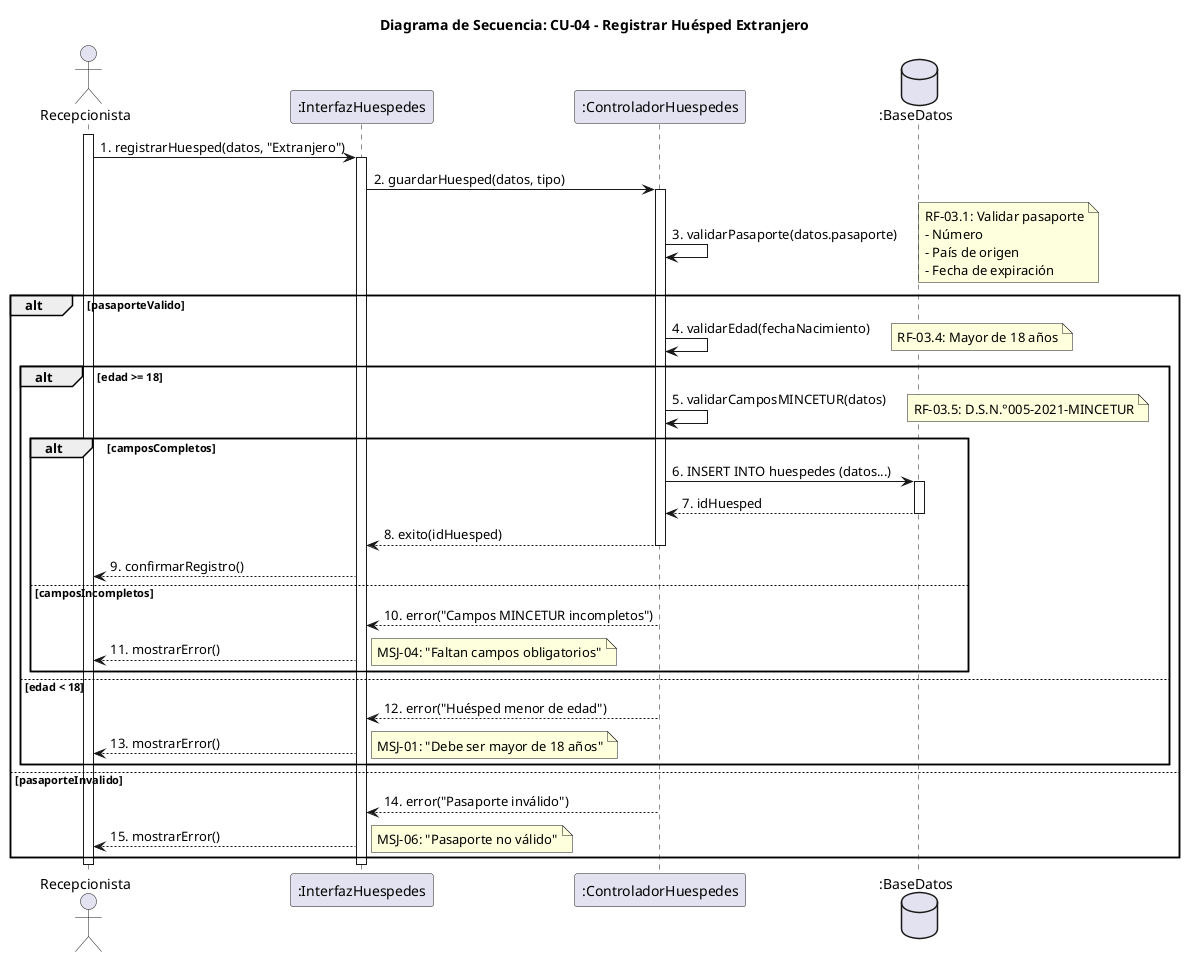
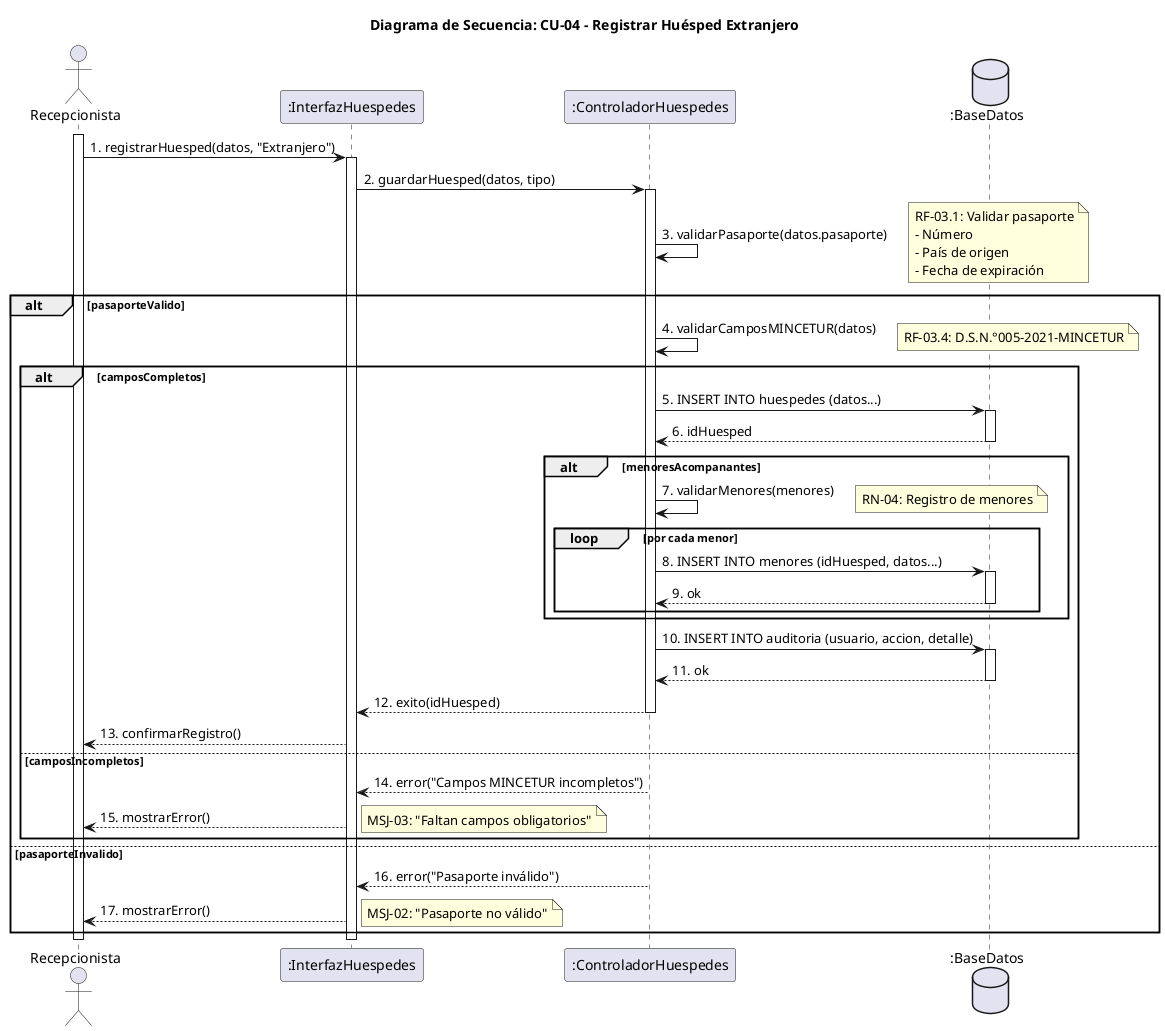
@startuml CU-04-Registrar-Huesped-Extranjero
' ============================================================
' DIAGRAMA DE SECUENCIA: Registrar Huésped Extranjero
' ============================================================
' CASO DE USO: CU-04 - Gestionar huéspedes
- ' REQUISITOS FUNCIONALES: RF-03.1, RF-03.4, RF-03.5
- ' REGLAS DE NEGOCIO: RN-02, RN-16
+ ' REQUISITOS FUNCIONALES: RF-03.1 (Registrar Huésped Extranjero)
+ ' REGLAS DE NEGOCIO: RN-02, RN-16, RN-17
' ============================================================

title Diagrama de Secuencia: CU-04 - Registrar Huésped Extranjero

actor "Recepcionista" as R
participant ":InterfazHuespedes" as IH
participant ":ControladorHuespedes" as CH
database ":BaseDatos" as BD

activate R

R -> IH: 1. registrarHuesped(datos, "Extranjero")
activate IH

IH -> CH: 2. guardarHuesped(datos, tipo)
activate CH

CH -> CH: 3. validarPasaporte(datos.pasaporte)
note right: RF-03.1: Validar pasaporte\n- Número\n- País de origen\n- Fecha de expiración

alt pasaporteValido
-     CH -> CH: 4. validarEdad(fechaNacimiento)
-     note right: RF-03.4: Mayor de 18 años
+     CH -> CH: 4. validarCamposMINCETUR(datos)
+     note right: RF-03.4: D.S.N.°005-2021-MINCETUR

-     alt edad >= 18
-         CH -> CH: 5. validarCamposMINCETUR(datos)
-         note right: RF-03.5: D.S.N.°005-2021-MINCETUR
+     alt camposCompletos
+         CH -> BD: 5. INSERT INTO huespedes (datos...)
+         activate BD
+         BD --> CH: 6. idHuesped
+         deactivate BD

-         alt camposCompletos
-             CH -> BD: 6. INSERT INTO huespedes (datos...)
-             activate BD
-             BD --> CH: 7. idHuesped
-             deactivate BD
+         alt menoresAcompanantes
+             CH -> CH: 7. validarMenores(menores)
+             note right: RN-04: Registro de menores
+             loop por cada menor
+                 CH -> BD: 8. INSERT INTO menores (idHuesped, datos...)
+                 activate BD
+                 BD --> CH: 9. ok
+                 deactivate BD
+             end
+         end

-             CH --> IH: 8. exito(idHuesped)
-             deactivate CH
-             IH --> R: 9. confirmarRegistro()
-         else camposIncompletos
-             CH --> IH: 10. error("Campos MINCETUR incompletos")
-             deactivate CH
-             IH --> R: 11. mostrarError()
-             note right: MSJ-04: "Faltan campos obligatorios"
-         end
-     else edad < 18
-         CH --> IH: 12. error("Huésped menor de edad")
+         CH -> BD: 10. INSERT INTO auditoria (usuario, accion, detalle)
+         activate BD
+         BD --> CH: 11. ok
+         deactivate BD
+ 
+         CH --> IH: 12. exito(idHuesped)
        deactivate CH
-         IH --> R: 13. mostrarError()
-         note right: MSJ-01: "Debe ser mayor de 18 años"
+         IH --> R: 13. confirmarRegistro()
+     else camposIncompletos
+         CH --> IH: 14. error("Campos MINCETUR incompletos")
+         deactivate CH
+         IH --> R: 15. mostrarError()
+         note right: MSJ-03: "Faltan campos obligatorios"
    end
else pasaporteInvalido
-     CH --> IH: 14. error("Pasaporte inválido")
+     CH --> IH: 16. error("Pasaporte inválido")
    deactivate CH
-     IH --> R: 15. mostrarError()
-     note right: MSJ-06: "Pasaporte no válido"
+     IH --> R: 17. mostrarError()
+     note right: MSJ-02: "Pasaporte no válido"
end

deactivate IH
deactivate R
@enduml